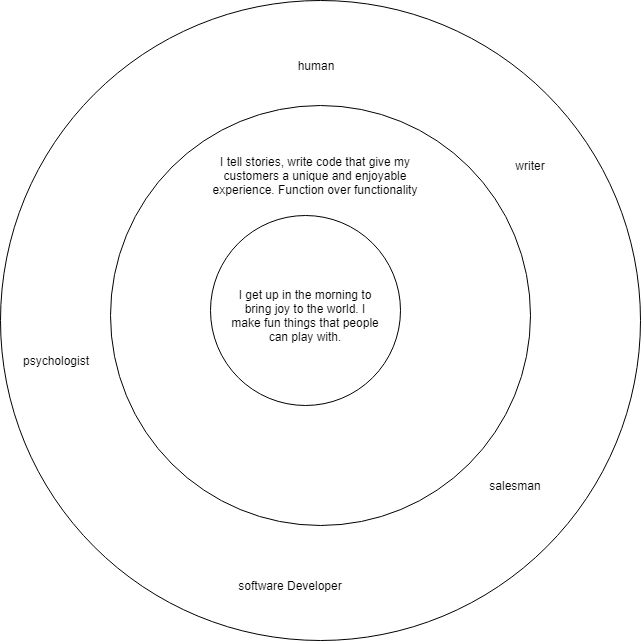
This is goldencircle.png from Monjoie11/Monjoie11.github.io, a draw.io export, as it was before one commit. Source tidied: cells renumbered, new cells last; positions are measured from the earlier drawing's top-left corner, leaving out a move shared by most shapes.
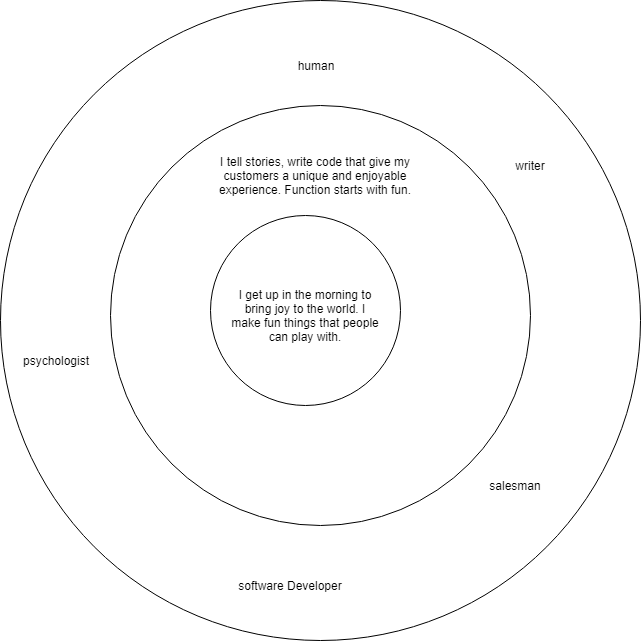
After the commit.

What changed in the source:
```diff
@@ -14,7 +14,7 @@
     <mxCell id="5" value="I get up in the morning to bring joy to the world. I make fun things that people can play with." style="text;html=1;strokeColor=none;fillColor=none;align=center;verticalAlign=middle;whiteSpace=wrap;rounded=0;" parent="1" vertex="1">
       <mxGeometry x="230" y="270" width="150" height="90" as="geometry" />
     </mxCell>
-    <mxCell id="6" value="I tell stories, write code that give my customers a unique and enjoyable experience. Function over functionality" style="text;html=1;strokeColor=none;fillColor=none;align=center;verticalAlign=middle;whiteSpace=wrap;rounded=0;" parent="1" vertex="1">
+    <mxCell id="6" value="I tell stories, write code that give my customers a unique and enjoyable experience. Function starts with fun." style="text;html=1;strokeColor=none;fillColor=none;align=center;verticalAlign=middle;whiteSpace=wrap;rounded=0;" parent="1" vertex="1">
       <mxGeometry x="200" y="140" width="230" height="70" as="geometry" />
     </mxCell>
     <mxCell id="7" value="software Developer" style="text;html=1;strokeColor=none;fillColor=none;align=center;verticalAlign=middle;whiteSpace=wrap;rounded=0;" parent="1" vertex="1">
```
